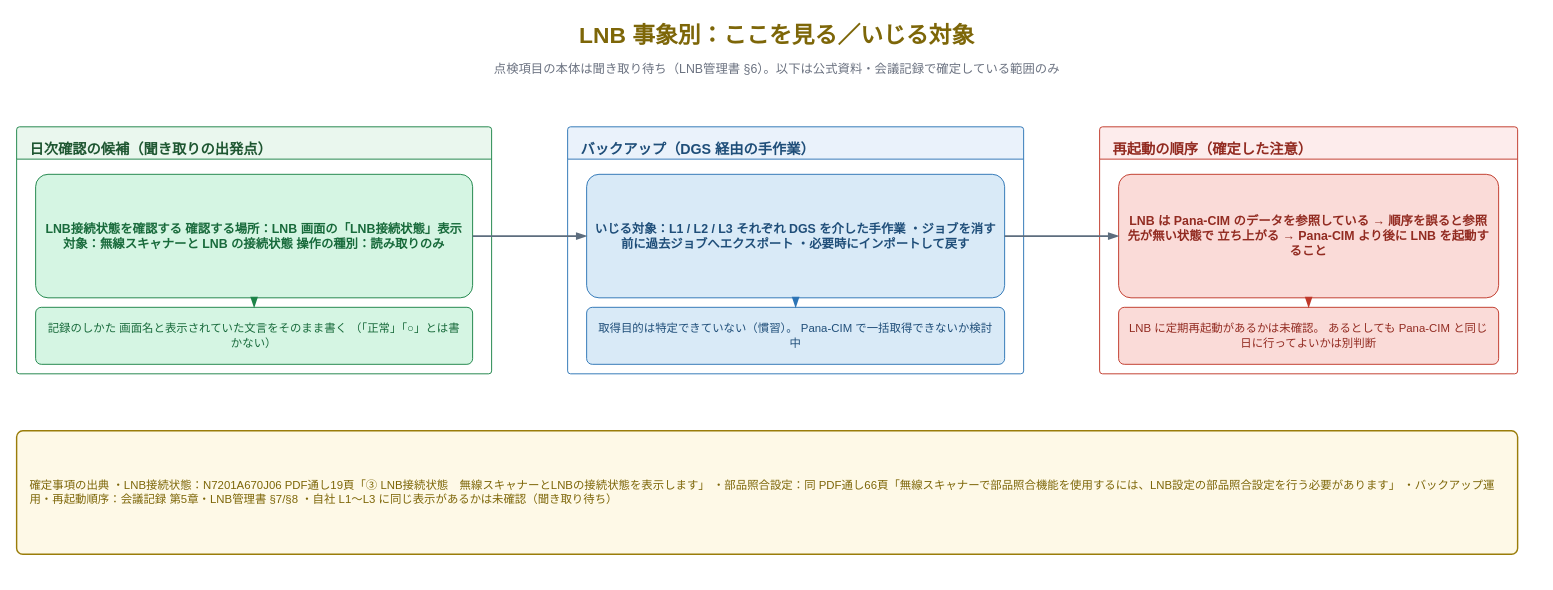
Before: page "事象別_確認・バックアップ・再起動順序" (2 of 2) of workvault-sync/10_業務全般/PanaCIM_LNB/LNB_確実構成図.drawio in nk-shino/work_vault, a draw.io diagram. Source tidied: cells renumbered, new cells numbered last; positions are measured from the earlier drawing's top-left corner, leaving out a move shared by most shapes. Both pictures are drawn from the tidied source at 95%, with x=0, y=0 at pixel (16, 16).
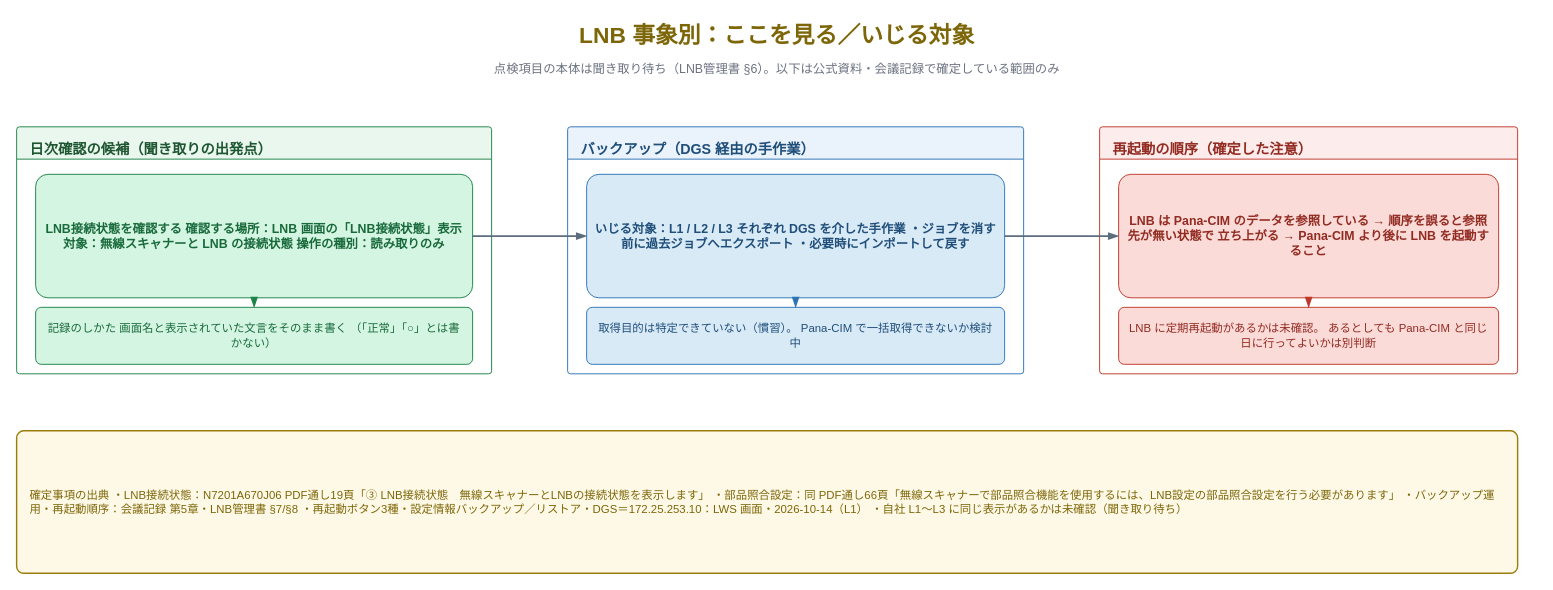
After the change.

The edit, as a diff of the source:
```diff
@@
 <mxGraphModel background="#ffffff">
   <root>
     <mxCell id="0" />
     <mxCell id="1" parent="0" />
     <mxCell id="2" value="LNB 事象別：ここを見る／いじる対象" style="text;html=1;fontFamily=Meiryo;fontSize=24;align=center;verticalAlign=middle;fontColor=#7D6608;fontStyle=1;" parent="1" vertex="1">
       <mxGeometry width="1600" height="40" as="geometry" />
     </mxCell>
     <mxCell id="3" value="点検項目の本体は聞き取り待ち（LNB管理書 §6）。以下は公式資料・会議記録で確定している範囲のみ" style="text;html=1;fontFamily=Meiryo;fontSize=13;align=center;verticalAlign=middle;fontColor=#6B7280;" parent="1" vertex="1">
       <mxGeometry y="42" width="1600" height="26" as="geometry" />
     </mxCell>
     <mxCell id="4" value="日次確認の候補（聞き取りの出発点）" style="swimlane;whiteSpace=wrap;html=1;fontFamily=Meiryo;startSize=34;fillColor=#EAF7EE;strokeColor=#1E8449;fontColor=#1E5631;fontSize=15;fontStyle=1;verticalAlign=top;align=left;spacingLeft=12;spacingTop=8;rounded=1;arcSize=3;" parent="1" vertex="1">
       <mxGeometry y="116" width="500" height="260" as="geometry" />
     </mxCell>
     <mxCell id="5" value="LNB接続状態を確認する 確認する場所：LNB 画面の「LNB接続状態」表示 対象：無線スキャナーと LNB の接続状態 操作の種別：読み取りのみ" style="rounded=1;whiteSpace=wrap;html=1;fontFamily=Meiryo;fillColor=#D5F5E3;strokeColor=#1E8449;fontColor=#186A3B;fontSize=13;fontStyle=1;arcSize=10;verticalAlign=middle;spacingLeft=8;spacingRight=8;spacingTop=4;spacingBottom=4;" parent="4" vertex="1">
       <mxGeometry x="20" y="50" width="460" height="130" as="geometry" />
     </mxCell>
     <mxCell id="6" value="記録のしかた 画面名と表示されていた文言をそのまま書く （「正常」「○」とは書かない）" style="rounded=1;whiteSpace=wrap;html=1;fontFamily=Meiryo;fillColor=#D5F5E3;strokeColor=#1E8449;fontColor=#186A3B;fontSize=12;arcSize=10;verticalAlign=middle;spacingLeft=8;spacingRight=8;spacingTop=4;spacingBottom=4;" parent="4" vertex="1">
       <mxGeometry x="20" y="190" width="460" height="60" as="geometry" />
     </mxCell>
     <mxCell id="7" value="バックアップ（DGS 経由の手作業）" style="swimlane;whiteSpace=wrap;html=1;fontFamily=Meiryo;startSize=34;fillColor=#EAF2FB;strokeColor=#2E75B6;fontColor=#1F4E79;fontSize=15;fontStyle=1;verticalAlign=top;align=left;spacingLeft=12;spacingTop=8;rounded=1;arcSize=3;" parent="1" vertex="1">
       <mxGeometry x="580" y="116" width="480" height="260" as="geometry" />
     </mxCell>
     <mxCell id="8" value="いじる対象：L1 / L2 / L3 それぞれ DGS を介した手作業 ・ジョブを消す前に過去ジョブへエクスポート ・必要時にインポートして戻す" style="rounded=1;whiteSpace=wrap;html=1;fontFamily=Meiryo;fillColor=#D9EAF7;strokeColor=#2E75B6;fontColor=#1F4E79;fontSize=13;fontStyle=1;arcSize=10;verticalAlign=middle;spacingLeft=8;spacingRight=8;spacingTop=4;spacingBottom=4;" parent="7" vertex="1">
       <mxGeometry x="20" y="50" width="440" height="130" as="geometry" />
     </mxCell>
     <mxCell id="9" value="取得目的は特定できていない（慣習）。 Pana-CIM で一括取得できないか検討中" style="rounded=1;whiteSpace=wrap;html=1;fontFamily=Meiryo;fillColor=#D9EAF7;strokeColor=#2E75B6;fontColor=#1F4E79;fontSize=12;arcSize=10;verticalAlign=middle;spacingLeft=8;spacingRight=8;spacingTop=4;spacingBottom=4;" parent="7" vertex="1">
       <mxGeometry x="20" y="190" width="440" height="60" as="geometry" />
     </mxCell>
     <mxCell id="10" value="再起動の順序（確定した注意）" style="swimlane;whiteSpace=wrap;html=1;fontFamily=Meiryo;startSize=34;fillColor=#FDECEC;strokeColor=#C0392B;fontColor=#922B21;fontSize=15;fontStyle=1;verticalAlign=top;align=left;spacingLeft=12;spacingTop=8;rounded=1;arcSize=3;" parent="1" vertex="1">
       <mxGeometry x="1140" y="116" width="440" height="260" as="geometry" />
     </mxCell>
     <mxCell id="11" value="LNB は Pana-CIM のデータを参照している → 順序を誤ると参照先が無い状態で 立ち上がる → Pana-CIM より後に LNB を起動すること" style="rounded=1;whiteSpace=wrap;html=1;fontFamily=Meiryo;fillColor=#FADBD8;strokeColor=#C0392B;fontColor=#922B21;fontSize=13;fontStyle=1;arcSize=10;verticalAlign=middle;spacingLeft=8;spacingRight=8;spacingTop=4;spacingBottom=4;" parent="10" vertex="1">
       <mxGeometry x="20" y="50" width="400" height="130" as="geometry" />
     </mxCell>
     <mxCell id="12" value="LNB に定期再起動があるかは未確認。 あるとしても Pana-CIM と同じ日に行ってよいかは別判断" style="rounded=1;whiteSpace=wrap;html=1;fontFamily=Meiryo;fillColor=#FADBD8;strokeColor=#C0392B;fontColor=#922B21;fontSize=12;arcSize=10;verticalAlign=middle;spacingLeft=8;spacingRight=8;spacingTop=4;spacingBottom=4;" parent="10" vertex="1">
       <mxGeometry x="20" y="190" width="400" height="60" as="geometry" />
     </mxCell>
     <mxCell id="13" style="edgeStyle=orthogonalEdgeStyle;rounded=1;html=1;fontFamily=Meiryo;strokeColor=#5D6D7E;strokeWidth=2;endArrow=blockThin;endFill=1;exitX=1;exitY=0.5;exitDx=0;exitDy=0;entryX=0;entryY=0.5;entryDx=0;entryDy=0;fontSize=11;labelBackgroundColor=#FFFFFF;" parent="1" edge="1" source="5" target="8">
       <mxGeometry relative="1" as="geometry" />
     </mxCell>
     <mxCell id="14" style="edgeStyle=orthogonalEdgeStyle;rounded=1;html=1;fontFamily=Meiryo;strokeColor=#5D6D7E;strokeWidth=2;endArrow=blockThin;endFill=1;exitX=1;exitY=0.5;exitDx=0;exitDy=0;entryX=0;entryY=0.5;entryDx=0;entryDy=0;fontSize=11;labelBackgroundColor=#FFFFFF;" parent="1" edge="1" source="8" target="11">
       <mxGeometry relative="1" as="geometry" />
     </mxCell>
     <mxCell id="15" style="edgeStyle=orthogonalEdgeStyle;rounded=1;html=1;fontFamily=Meiryo;strokeColor=#1E8449;strokeWidth=2;endArrow=blockThin;endFill=1;exitX=0.5;exitY=1;exitDx=0;exitDy=0;entryX=0.5;entryY=0;entryDx=0;entryDy=0;fontSize=11;labelBackgroundColor=#FFFFFF;" parent="1" edge="1" source="5" target="6">
       <mxGeometry relative="1" as="geometry" />
     </mxCell>
     <mxCell id="16" style="edgeStyle=orthogonalEdgeStyle;rounded=1;html=1;fontFamily=Meiryo;strokeColor=#2E75B6;strokeWidth=2;endArrow=blockThin;endFill=1;exitX=0.5;exitY=1;exitDx=0;exitDy=0;entryX=0.5;entryY=0;entryDx=0;entryDy=0;fontSize=11;labelBackgroundColor=#FFFFFF;" parent="1" edge="1" source="8" target="9">
       <mxGeometry relative="1" as="geometry" />
     </mxCell>
     <mxCell id="17" style="edgeStyle=orthogonalEdgeStyle;rounded=1;html=1;fontFamily=Meiryo;strokeColor=#C0392B;strokeWidth=2;endArrow=blockThin;endFill=1;exitX=0.5;exitY=1;exitDx=0;exitDy=0;entryX=0.5;entryY=0;entryDx=0;entryDy=0;fontSize=11;labelBackgroundColor=#FFFFFF;" parent="1" edge="1" source="11" target="12">
       <mxGeometry relative="1" as="geometry" />
     </mxCell>
-    <mxCell id="18" value="確定事項の出典 ・LNB接続状態：N7201A670J06 PDF通し19頁「③ LNB接続状態　無線スキャナーとLNBの接続状態を表示します」 ・部品照合設定：同 PDF通し66頁「無線スキャナーで部品照合機能を使用するには、LNB設定の部品照合設定を行う必要があります」 ・バックアップ運用・再起動順序：会議記録 第5章・LNB管理書 §7/§8 ・自社 L1〜L3 に同じ表示があるかは未確認（聞き取り待ち）" style="rounded=1;whiteSpace=wrap;html=1;fontFamily=Meiryo;fillColor=#FEF9E7;strokeColor=#9A7D0A;strokeWidth=1.5;fontSize=12;align=left;spacingLeft=12;spacingRight=12;verticalAlign=middle;fontColor=#7D6608;arcSize=5;" parent="1" vertex="1">
-      <mxGeometry y="436" width="1580" height="130" as="geometry" />
+    <mxCell id="18" value="確定事項の出典 ・LNB接続状態：N7201A670J06 PDF通し19頁「③ LNB接続状態　無線スキャナーとLNBの接続状態を表示します」 ・部品照合設定：同 PDF通し66頁「無線スキャナーで部品照合機能を使用するには、LNB設定の部品照合設定を行う必要があります」 ・バックアップ運用・再起動順序：会議記録 第5章・LNB管理書 §7/§8 ・再起動ボタン3種・設定情報バックアップ／リストア・DGS＝172.25.253.10：LWS 画面・2026-10-14（L1） ・自社 L1〜L3 に同じ表示があるかは未確認（聞き取り待ち）" style="rounded=1;whiteSpace=wrap;html=1;fontFamily=Meiryo;fillColor=#FEF9E7;strokeColor=#9A7D0A;strokeWidth=1.5;fontSize=12;align=left;spacingLeft=12;spacingRight=12;verticalAlign=middle;fontColor=#7D6608;arcSize=5;" parent="1" vertex="1">
+      <mxGeometry y="436" width="1580" height="150" as="geometry" />
     </mxCell>
   </root>
 </mxGraphModel>
```
